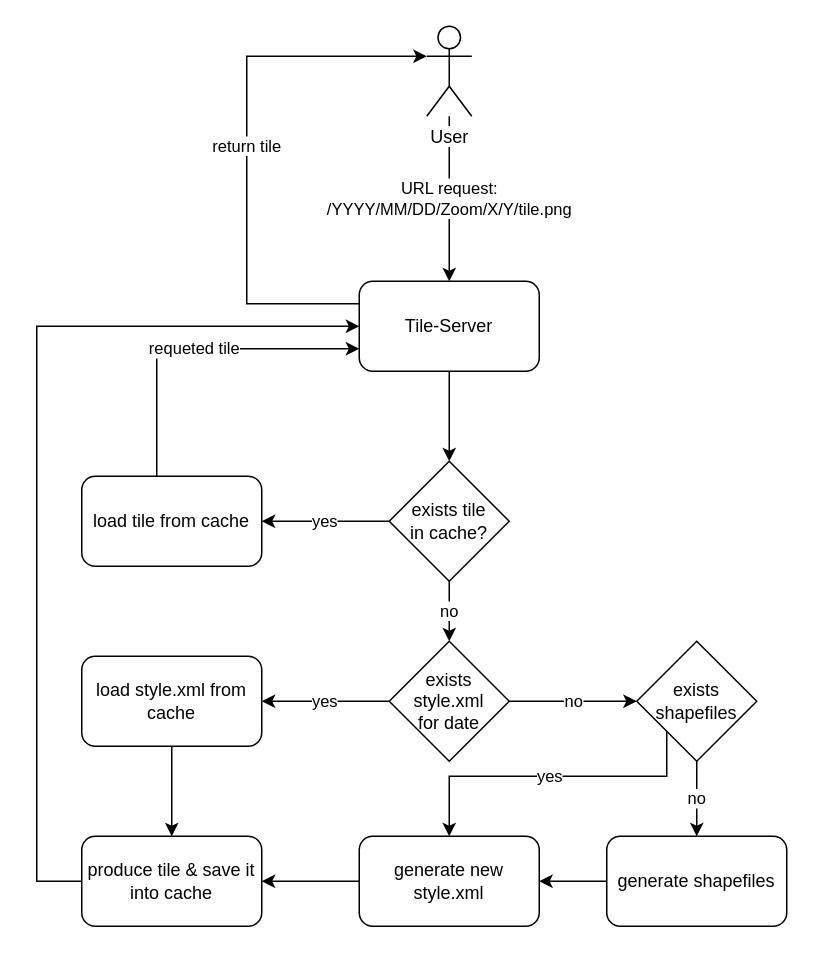
Above: page "Page-1" (1 of 6) of docs/_static/tile-server/tile-server.drawio in OpenHistoricalDataMap/MapnikTileServer (draw.io), before the change. Source tidied: cells renumbered, new cells numbered last; positions are measured from the earlier drawing's top-left corner, leaving out a move shared by most shapes. Both pictures are drawn from the tidied source at 150%, with x=0, y=0 at pixel (36, 26).
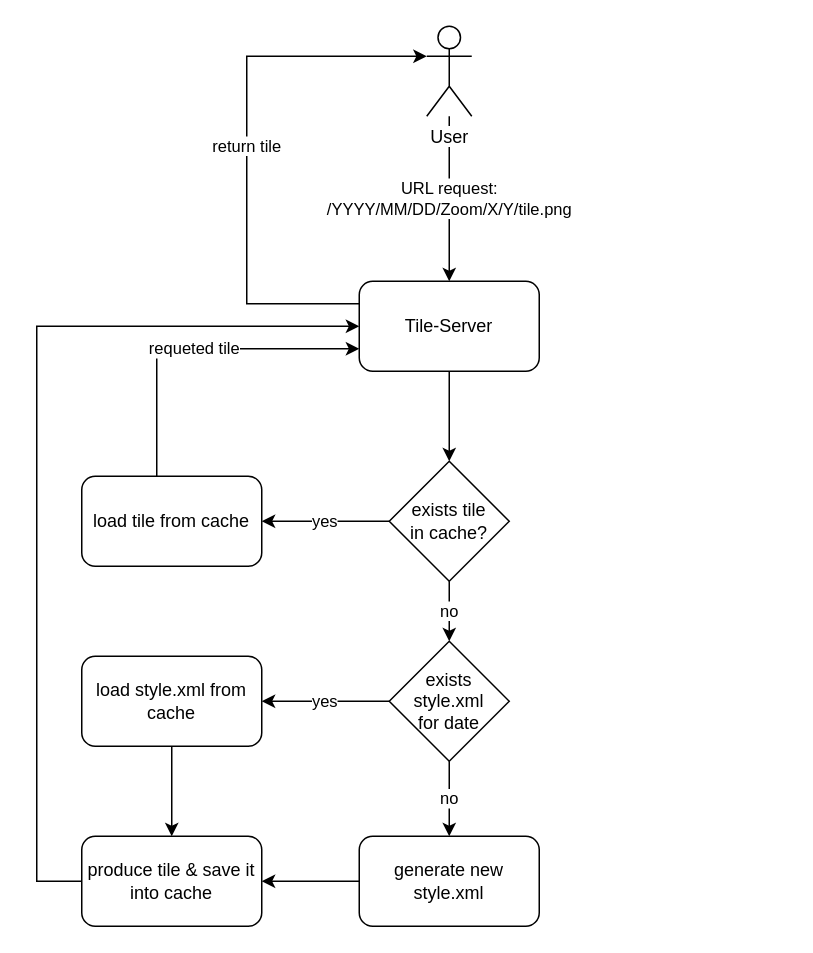
The same page after the edit.

The change refers to these unchanged cells:
```xml
<mxCell id="14" value="exists style.xml&lt;br&gt;for date" style="rhombus;whiteSpace=wrap;html=1;" parent="1" vertex="1">
  <mxGeometry x="235" y="410" width="80" height="80" as="geometry" />
</mxCell>
<mxCell id="18" value="generate new style.xml" style="rounded=1;whiteSpace=wrap;html=1;" parent="1" vertex="1">
  <mxGeometry x="215" y="540" width="120" height="60" as="geometry" />
</mxCell>
```

What changed in the source:
```diff
@@
-    <mxCell id="13" value="no" style="edgeStyle=orthogonalEdgeStyle;rounded=0;jettySize=auto;html=1;entryX=0;entryY=0.5;entryDx=0;entryDy=0;" parent="1" edge="1" source="14" target="25">
+    <mxCell id="13" value="no" style="edgeStyle=orthogonalEdgeStyle;rounded=0;jettySize=auto;html=1;entryX=0.5;entryY=0;entryDx=0;entryDy=0;" parent="1" edge="1" source="14" target="18">
       <mxGeometry relative="1" as="geometry" />
     </mxCell>
@@
-    <mxCell id="19" style="edgeStyle=orthogonalEdgeStyle;rounded=0;jettySize=auto;html=1;entryX=1;entryY=0.5;entryDx=0;entryDy=0;" parent="1" edge="1" source="20" target="18">
-      <mxGeometry relative="1" as="geometry" />
-    </mxCell>
-    <mxCell id="20" value="generate shapefiles" style="rounded=1;whiteSpace=wrap;html=1;" parent="1" vertex="1">
-      <mxGeometry x="380" y="540" width="120" height="60" as="geometry" />
-    </mxCell>
@@
-    <mxCell id="23" value="no" style="edgeStyle=orthogonalEdgeStyle;rounded=0;jettySize=auto;html=1;entryX=0.5;entryY=0;entryDx=0;entryDy=0;" parent="1" edge="1" source="25" target="20">
-      <mxGeometry relative="1" as="geometry" />
-    </mxCell>
-    <mxCell id="24" value="yes" style="edgeStyle=orthogonalEdgeStyle;rounded=0;jettySize=auto;html=1;exitX=0;exitY=1;exitDx=0;exitDy=0;entryX=0.5;entryY=0;entryDx=0;entryDy=0;" parent="1" edge="1" source="25" target="18">
-      <mxGeometry relative="1" as="geometry">
-        <Array as="points">
-          <mxPoint x="420" y="500" />
-          <mxPoint x="275" y="500" />
-        </Array>
-      </mxGeometry>
-    </mxCell>
-    <mxCell id="25" value="exists shapefiles" style="rhombus;whiteSpace=wrap;html=1;" parent="1" vertex="1">
-      <mxGeometry x="400" y="410" width="80" height="80" as="geometry" />
-    </mxCell>
```
